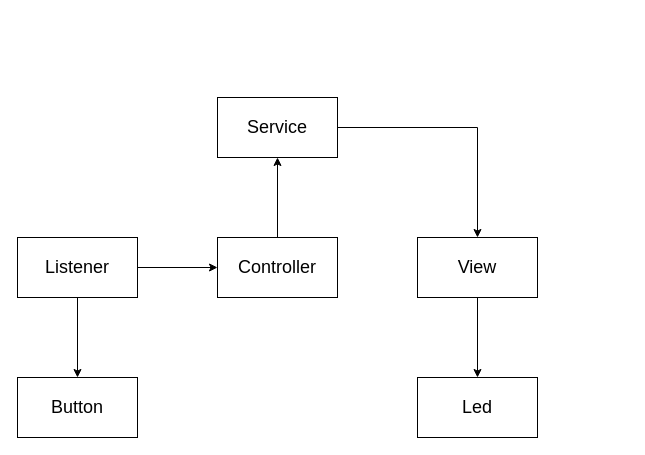
Above: page "페이지-1" (1 of 2) of sw_design/architecture.drawio in Stradito/StandLight_Clock_temperature (draw.io), before the change. Source tidied: cells renumbered, new cells numbered last; positions are measured from the earlier drawing's top-left corner, leaving out a move shared by most shapes. Both pictures are drawn from the tidied source at 100%, with x=0, y=0 at pixel (17, 97).
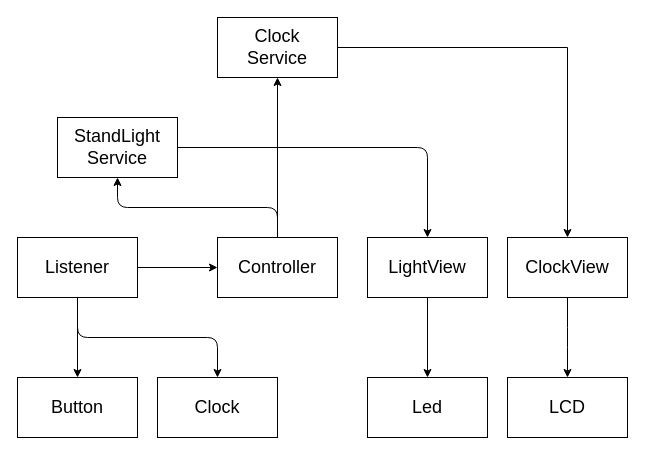
Above is the later version.

Commit message (it also covers changes not shown here):
1st StandLight_Clock

Unchanged cells that the change refers to:
```xml
<mxCell id="5" value="Listener" style="whiteSpace=wrap;html=1;fontSize=18;" parent="1" vertex="1">
  <mxGeometry y="140" width="120" height="60" as="geometry" />
</mxCell>
<mxCell id="7" value="Controller" style="whiteSpace=wrap;html=1;fontSize=18;" parent="1" vertex="1">
  <mxGeometry x="200" y="140" width="120" height="60" as="geometry" />
</mxCell>
```

The edit, as a diff of the source:
```diff
@@
+    <mxCell id="13" style="edgeStyle=none;html=1;entryX=0.5;entryY=0;entryDx=0;entryDy=0;exitX=0.5;exitY=1;exitDx=0;exitDy=0;" parent="1" edge="1" source="5" target="21">
+      <mxGeometry relative="1" as="geometry">
+        <Array as="points">
+          <mxPoint x="60" y="240" />
+          <mxPoint x="200" y="240" />
+        </Array>
+      </mxGeometry>
+    </mxCell>
@@
+    <mxCell id="14" style="edgeStyle=none;html=1;entryX=0.5;entryY=1;entryDx=0;entryDy=0;" parent="1" edge="1" source="7" target="18">
+      <mxGeometry relative="1" as="geometry">
+        <Array as="points">
+          <mxPoint x="260" y="110" />
+          <mxPoint x="100" y="110" />
+        </Array>
+      </mxGeometry>
+    </mxCell>
@@
-    <mxCell id="8" style="edgeStyle=none;html=1;fontSize=18;" parent="1" edge="1" source="9" target="10">
-      <mxGeometry relative="1" as="geometry" />
-    </mxCell>
+    <mxCell id="15" style="edgeStyle=none;html=1;entryX=0.5;entryY=0;entryDx=0;entryDy=0;" parent="1" edge="1" source="9" target="16">
+      <mxGeometry relative="1" as="geometry">
+        <Array as="points">
+          <mxPoint x="550" y="240" />
+        </Array>
+      </mxGeometry>
+    </mxCell>
-    <mxCell id="9" value="View" style="whiteSpace=wrap;html=1;fontSize=18;" parent="1" vertex="1">
-      <mxGeometry x="400" y="140" width="120" height="60" as="geometry" />
+    <mxCell id="9" value="ClockView" style="whiteSpace=wrap;html=1;fontSize=18;" parent="1" vertex="1">
+      <mxGeometry x="490" y="140" width="120" height="60" as="geometry" />
     </mxCell>
     <mxCell id="10" value="Led" style="whiteSpace=wrap;html=1;fontSize=18;" parent="1" vertex="1">
-      <mxGeometry x="400" y="280" width="120" height="60" as="geometry" />
+      <mxGeometry x="350" y="280" width="120" height="60" as="geometry" />
     </mxCell>
@@
-    <mxCell id="12" value="Service" style="whiteSpace=wrap;html=1;fontSize=18;" parent="1" vertex="1">
-      <mxGeometry x="200" width="120" height="60" as="geometry" />
+    <mxCell id="12" value="Clock&lt;br&gt;Service" style="whiteSpace=wrap;html=1;fontSize=18;" parent="1" vertex="1">
+      <mxGeometry x="200" y="-80" width="120" height="60" as="geometry" />
     </mxCell>
+    <mxCell id="16" value="LCD" style="whiteSpace=wrap;html=1;fontSize=18;" parent="1" vertex="1">
+      <mxGeometry x="490" y="280" width="120" height="60" as="geometry" />
+    </mxCell>
+    <mxCell id="17" style="edgeStyle=none;html=1;entryX=0.5;entryY=0;entryDx=0;entryDy=0;" parent="1" edge="1" source="18" target="20">
+      <mxGeometry relative="1" as="geometry">
+        <Array as="points">
+          <mxPoint x="410" y="50" />
+        </Array>
+      </mxGeometry>
+    </mxCell>
+    <mxCell id="18" value="StandLight&lt;br&gt;Service" style="whiteSpace=wrap;html=1;fontSize=18;" parent="1" vertex="1">
+      <mxGeometry x="40" y="20" width="120" height="60" as="geometry" />
+    </mxCell>
+    <mxCell id="19" style="edgeStyle=none;html=1;entryX=0.5;entryY=0;entryDx=0;entryDy=0;" parent="1" edge="1" source="20" target="10">
+      <mxGeometry relative="1" as="geometry" />
+    </mxCell>
+    <mxCell id="20" value="LightView" style="whiteSpace=wrap;html=1;fontSize=18;" parent="1" vertex="1">
+      <mxGeometry x="350" y="140" width="120" height="60" as="geometry" />
+    </mxCell>
+    <mxCell id="21" value="Clock" style="whiteSpace=wrap;html=1;fontSize=18;" parent="1" vertex="1">
+      <mxGeometry x="140" y="280" width="120" height="60" as="geometry" />
+    </mxCell>
```
